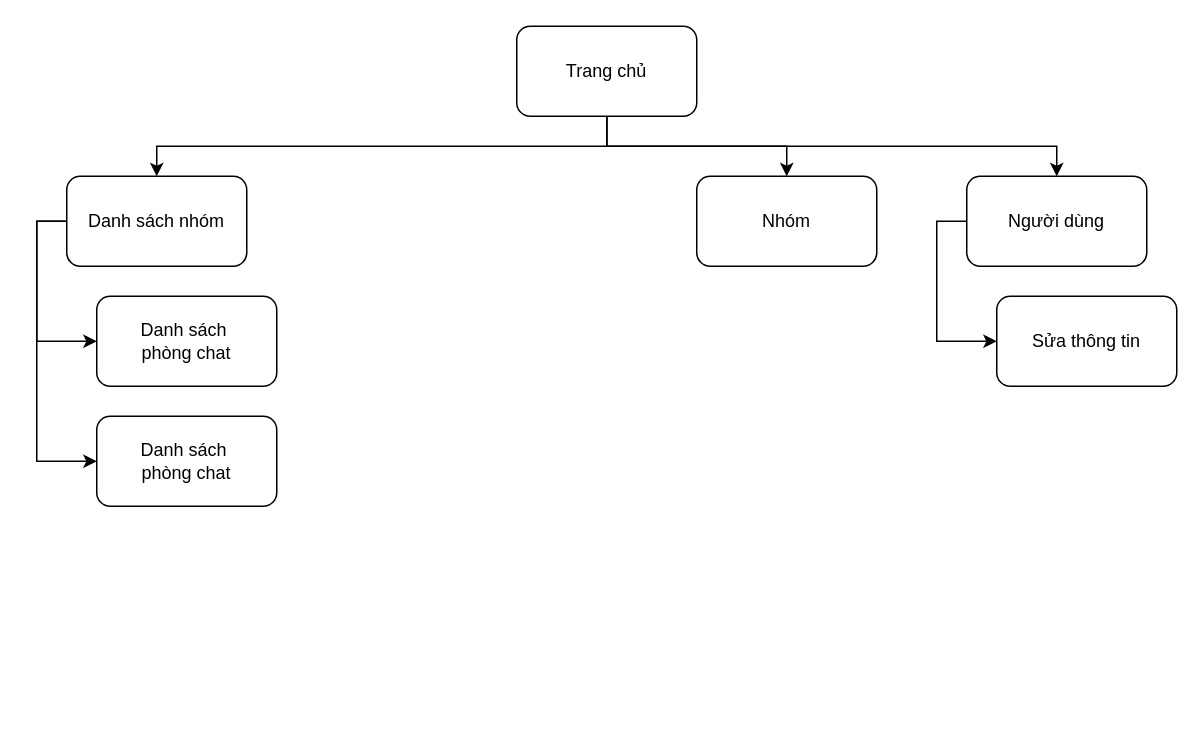
Before: phac thao do an cuoi cung/sitemap.drawio in frozenproof/dactaphanmem, a draw.io diagram. Source tidied: cells renumbered, new cells numbered last; positions are measured from the earlier drawing's top-left corner, leaving out a move shared by most shapes. Both pictures are drawn from the tidied source at 150%, with x=0, y=0 at pixel (36, 26).
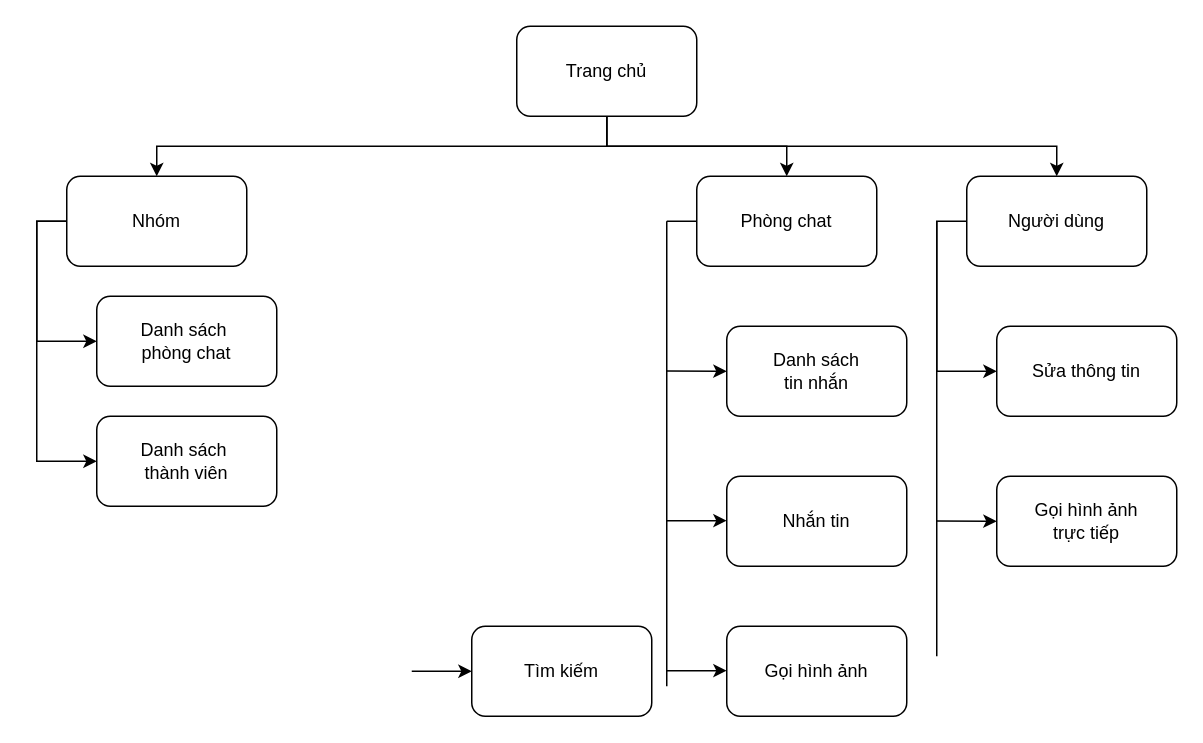
After the change.

Diff of the diagram source:
```diff
@@
     <mxCell id="8" value="Sửa thông tin" style="whiteSpace=wrap;html=1;rounded=1;" parent="1" vertex="1">
-      <mxGeometry x="640" y="180" width="120" height="60" as="geometry" />
+      <mxGeometry x="640" y="200" width="120" height="60" as="geometry" />
     </mxCell>
-    <mxCell id="9" value="Nhóm" style="rounded=1;whiteSpace=wrap;html=1;" parent="1" vertex="1">
+    <mxCell id="9" value="Phòng chat" style="rounded=1;whiteSpace=wrap;html=1;" parent="1" vertex="1">
       <mxGeometry x="440" y="100" width="120" height="60" as="geometry" />
     </mxCell>
-    <mxCell id="10" value="Danh sách nhóm" style="rounded=1;whiteSpace=wrap;html=1;" parent="1" vertex="1">
+    <mxCell id="10" value="Nhóm" style="rounded=1;whiteSpace=wrap;html=1;" parent="1" vertex="1">
       <mxGeometry x="20" y="100" width="120" height="60" as="geometry" />
     </mxCell>
@@
-    <mxCell id="14" value="Danh sách&amp;nbsp;&lt;div&gt;phòng chat&lt;/div&gt;" style="whiteSpace=wrap;html=1;rounded=1;" parent="1" vertex="1">
+    <mxCell id="14" value="Danh sách&amp;nbsp;&lt;div&gt;thành viên&lt;/div&gt;" style="whiteSpace=wrap;html=1;rounded=1;" parent="1" vertex="1">
       <mxGeometry x="40" y="260" width="120" height="60" as="geometry" />
     </mxCell>
+    <mxCell id="15" value="Danh sách&lt;div&gt;tin nhắn&lt;/div&gt;" style="whiteSpace=wrap;html=1;rounded=1;" parent="1" vertex="1">
+      <mxGeometry x="460" y="200" width="120" height="60" as="geometry" />
+    </mxCell>
+    <mxCell id="16" value="Nhắn tin" style="whiteSpace=wrap;html=1;rounded=1;" parent="1" vertex="1">
+      <mxGeometry x="460" y="300" width="120" height="60" as="geometry" />
+    </mxCell>
+    <mxCell id="17" value="Gọi hình ảnh" style="whiteSpace=wrap;html=1;rounded=1;" parent="1" vertex="1">
+      <mxGeometry x="460" y="400" width="120" height="60" as="geometry" />
+    </mxCell>
+    <mxCell id="18" style="endArrow=classic;html=1;rounded=0;" parent="1" edge="1">
+      <mxGeometry relative="1" as="geometry">
+        <mxPoint x="250" y="430" as="sourcePoint" />
+        <mxPoint x="290" y="430" as="targetPoint" />
+      </mxGeometry>
+    </mxCell>
+    <mxCell id="19" style="endArrow=none;html=1;rounded=0;" parent="1" edge="1">
+      <mxGeometry relative="1" as="geometry">
+        <mxPoint x="600" y="420" as="sourcePoint" />
+        <mxPoint x="600" y="130" as="targetPoint" />
+      </mxGeometry>
+    </mxCell>
+    <mxCell id="20" style="endArrow=classic;html=1;rounded=0;entryX=0;entryY=0.5;entryDx=0;entryDy=0;" parent="1" edge="1" target="21">
+      <mxGeometry relative="1" as="geometry">
+        <mxPoint x="600" y="329.8" as="sourcePoint" />
+      </mxGeometry>
+    </mxCell>
+    <mxCell id="21" value="Gọi hình ảnh&lt;div&gt;trực tiếp&lt;/div&gt;" style="whiteSpace=wrap;html=1;rounded=1;" parent="1" vertex="1">
+      <mxGeometry x="640" y="300" width="120" height="60" as="geometry" />
+    </mxCell>
+    <mxCell id="22" style="endArrow=classic;html=1;rounded=0;entryX=0;entryY=0.5;entryDx=0;entryDy=0;" parent="1" edge="1">
+      <mxGeometry relative="1" as="geometry">
+        <mxPoint x="420" y="229.8" as="sourcePoint" />
+        <mxPoint x="460" y="230" as="targetPoint" />
+      </mxGeometry>
+    </mxCell>
+    <mxCell id="23" style="endArrow=none;html=1;rounded=0;" parent="1" edge="1">
+      <mxGeometry relative="1" as="geometry">
+        <mxPoint x="420" y="440" as="sourcePoint" />
+        <mxPoint x="420" y="130" as="targetPoint" />
+      </mxGeometry>
+    </mxCell>
+    <mxCell id="24" style="endArrow=classic;html=1;rounded=0;" parent="1" edge="1">
+      <mxGeometry relative="1" as="geometry">
+        <mxPoint x="420" y="429.6" as="sourcePoint" />
+        <mxPoint x="460" y="429.6" as="targetPoint" />
+      </mxGeometry>
+    </mxCell>
+    <mxCell id="25" style="endArrow=none;html=1;rounded=0;entryX=0;entryY=0.5;entryDx=0;entryDy=0;" parent="1" edge="1" target="9">
+      <mxGeometry relative="1" as="geometry">
+        <mxPoint x="420" y="130" as="sourcePoint" />
+      </mxGeometry>
+    </mxCell>
+    <mxCell id="26" style="endArrow=classic;html=1;rounded=0;" parent="1" edge="1">
+      <mxGeometry relative="1" as="geometry">
+        <mxPoint x="420" y="329.6" as="sourcePoint" />
+        <mxPoint x="460" y="329.6" as="targetPoint" />
+      </mxGeometry>
+    </mxCell>
+    <mxCell id="27" value="Tìm kiếm" style="rounded=1;whiteSpace=wrap;html=1;" parent="1" vertex="1">
+      <mxGeometry x="290" y="400" width="120" height="60" as="geometry" />
+    </mxCell>
```
